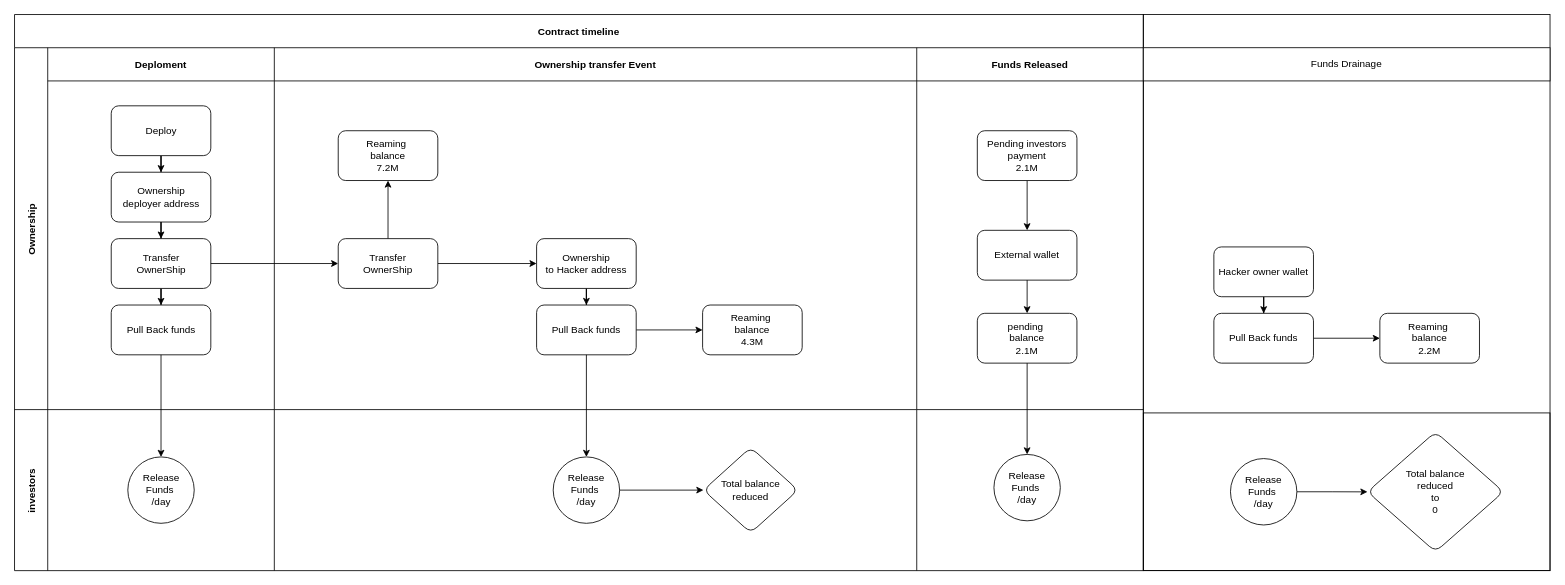
Earlier version of the draw.io diagram Untitled Diagram.drawio (ali-05-ahmed/99starz-testing). Source tidied: cells renumbered, new cells numbered last; positions are measured from the earlier drawing's top-left corner, leaving out a move shared by most shapes. Both pictures are drawn from the tidied source at 83%, with x=0, y=0 at pixel (14, 14).
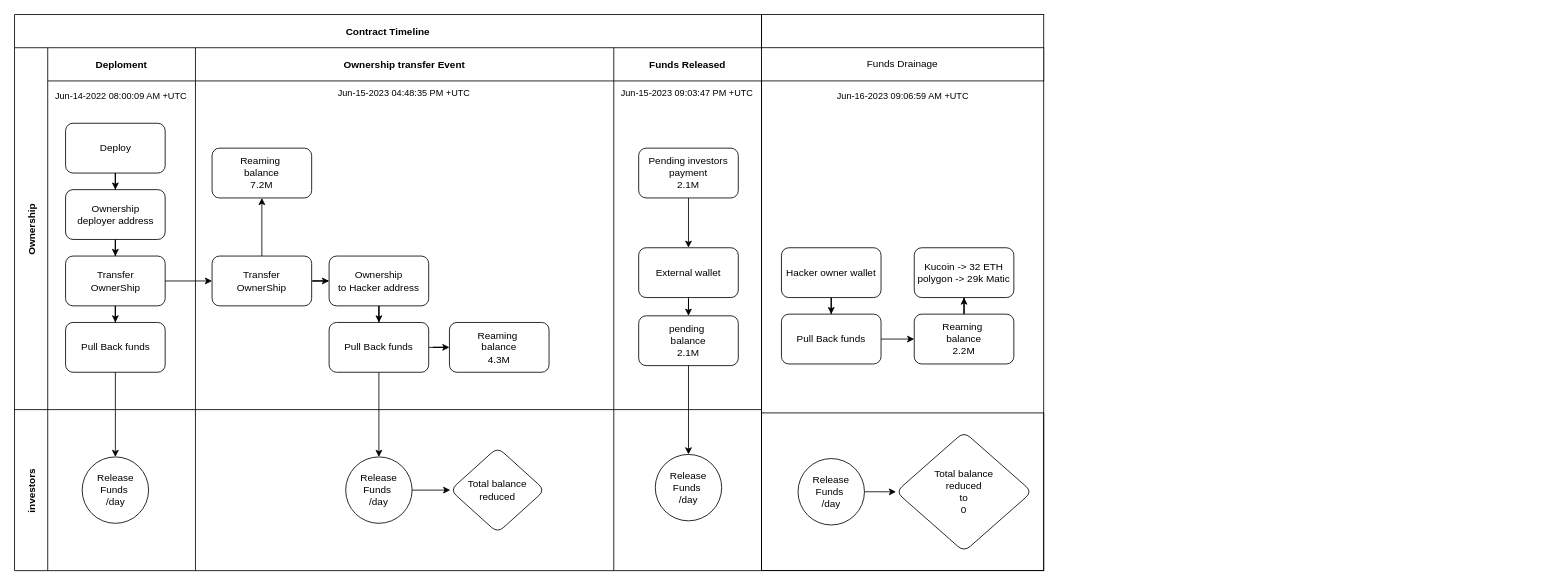
The same diagram, later.

What changed in the source:
```diff
@@
-    <mxCell id="2" value="Contract timeline" style="shape=table;childLayout=tableLayout;startSize=40;fillColor=none;fontStyle=1;" parent="1" vertex="1">
-      <mxGeometry width="1360" height="670" as="geometry" />
+    <mxCell id="2" value="Contract Timeline" style="shape=table;childLayout=tableLayout;startSize=40;fillColor=none;fontStyle=1;" parent="1" vertex="1">
+      <mxGeometry width="900" height="670" as="geometry" />
     </mxCell>
     <mxCell id="3" value="Ownership" style="shape=tableRow;horizontal=0;swimlaneHead=0;swimlaneBody=0;top=0;left=0;bottom=0;right=0;fillColor=none;startSize=40;fontStyle=1;" parent="2" vertex="1">
-      <mxGeometry y="40" width="1360" height="436" as="geometry" />
+      <mxGeometry y="40" width="900" height="436" as="geometry" />
     </mxCell>
     <mxCell id="4" value="Deploment" style="swimlane;swimlaneHead=0;swimlaneBody=0;fillColor=none;startSize=40;fontStyle=1;" parent="3" vertex="1">
-      <mxGeometry x="40" width="273" height="436" as="geometry" />
+      <mxGeometry x="40" width="178" height="436" as="geometry" />
     </mxCell>
@@
     <mxCell id="6" value="Deploy" style="rounded=1;whiteSpace=wrap;html=1;" parent="4" vertex="1">
-      <mxGeometry x="76.5" y="70" width="120" height="60" as="geometry" />
+      <mxGeometry x="21.5" y="91" width="120" height="60" as="geometry" />
     </mxCell>
@@
     <mxCell id="8" value="Ownership&lt;br&gt;deployer address" style="rounded=1;whiteSpace=wrap;html=1;" parent="4" vertex="1">
-      <mxGeometry x="76.5" y="150" width="120" height="60" as="geometry" />
+      <mxGeometry x="21.5" y="171" width="120" height="60" as="geometry" />
     </mxCell>
@@
     <mxCell id="10" value="Transfer&lt;br&gt;OwnerShip" style="rounded=1;whiteSpace=wrap;html=1;" parent="4" vertex="1">
-      <mxGeometry x="76.5" y="230" width="120" height="60" as="geometry" />
+      <mxGeometry x="21.5" y="251" width="120" height="60" as="geometry" />
     </mxCell>
     <mxCell id="11" value="Pull Back funds" style="rounded=1;whiteSpace=wrap;html=1;" parent="4" vertex="1">
-      <mxGeometry x="76.5" y="310" width="120" height="60" as="geometry" />
+      <mxGeometry x="21.5" y="331" width="120" height="60" as="geometry" />
     </mxCell>
     <mxCell id="12" value="Ownership transfer Event" style="swimlane;swimlaneHead=0;swimlaneBody=0;fillColor=none;startSize=40;fontStyle=1;" parent="3" vertex="1">
-      <mxGeometry x="313" width="774" height="436" as="geometry" />
+      <mxGeometry x="218" width="504" height="436" as="geometry" />
     </mxCell>
@@
     <mxCell id="15" value="Transfer&lt;br&gt;OwnerShip" style="rounded=1;whiteSpace=wrap;html=1;" parent="12" vertex="1">
-      <mxGeometry x="77" y="230" width="120" height="60" as="geometry" />
+      <mxGeometry x="20" y="251" width="120" height="60" as="geometry" />
     </mxCell>
@@
     <mxCell id="17" value="Ownership&lt;br&gt;to Hacker address" style="rounded=1;whiteSpace=wrap;html=1;" parent="12" vertex="1">
-      <mxGeometry x="316" y="230" width="120" height="60" as="geometry" />
+      <mxGeometry x="161" y="251" width="120" height="60" as="geometry" />
     </mxCell>
@@
     <mxCell id="19" value="Pull Back funds" style="rounded=1;whiteSpace=wrap;html=1;" parent="12" vertex="1">
-      <mxGeometry x="316" y="310" width="120" height="60" as="geometry" />
+      <mxGeometry x="161" y="331" width="120" height="60" as="geometry" />
     </mxCell>
     <mxCell id="20" value="Reaming&amp;nbsp;&lt;br&gt;balance&lt;br&gt;4.3M" style="rounded=1;whiteSpace=wrap;html=1;" parent="12" vertex="1">
-      <mxGeometry x="516" y="310" width="120" height="60" as="geometry" />
+      <mxGeometry x="306" y="331" width="120" height="60" as="geometry" />
     </mxCell>
     <mxCell id="21" value="Reaming&amp;nbsp;&lt;br&gt;balance&lt;br&gt;7.2M" style="rounded=1;whiteSpace=wrap;html=1;" parent="12" vertex="1">
-      <mxGeometry x="77" y="100" width="120" height="60" as="geometry" />
+      <mxGeometry x="20" y="121" width="120" height="60" as="geometry" />
     </mxCell>
+    <mxCell id="52" value="&lt;font style=&quot;font-size: 11px;&quot;&gt;Jun-15-2023 04:48:35 PM +UTC&lt;/font&gt;" style="text;html=1;align=center;verticalAlign=middle;strokeColor=none;fillColor=none;" parent="12" vertex="1">
+      <mxGeometry x="161" y="40" width="180" height="30" as="geometry" />
+    </mxCell>
     <mxCell id="22" value="Funds Released" style="swimlane;swimlaneHead=0;swimlaneBody=0;fillColor=none;startSize=40;fontStyle=1;" parent="3" vertex="1">
-      <mxGeometry x="1087" width="273" height="436" as="geometry" />
+      <mxGeometry x="722" width="178" height="436" as="geometry" />
     </mxCell>
@@
     <mxCell id="24" value="Pending investors payment&lt;br&gt;2.1M" style="rounded=1;whiteSpace=wrap;html=1;" parent="22" vertex="1">
-      <mxGeometry x="73" y="100" width="120" height="60" as="geometry" />
+      <mxGeometry x="30" y="121" width="120" height="60" as="geometry" />
     </mxCell>
     <mxCell id="25" value="External wallet" style="rounded=1;whiteSpace=wrap;html=1;" parent="22" vertex="1">
-      <mxGeometry x="73" y="220" width="120" height="60" as="geometry" />
+      <mxGeometry x="30" y="241" width="120" height="60" as="geometry" />
     </mxCell>
     <mxCell id="26" value="pending&amp;nbsp;&lt;br&gt;balance&lt;br&gt;2.1M" style="rounded=1;whiteSpace=wrap;html=1;" parent="22" vertex="1">
-      <mxGeometry x="73" y="320" width="120" height="60" as="geometry" />
+      <mxGeometry x="30" y="323" width="120" height="60" as="geometry" />
     </mxCell>
@@
+    <mxCell id="53" value="&lt;font style=&quot;font-size: 11px;&quot;&gt;Jun-15-2023 09:03:47 PM +UTC&lt;/font&gt;" style="text;html=1;align=center;verticalAlign=middle;strokeColor=none;fillColor=none;" parent="22" vertex="1">
+      <mxGeometry x="-2" y="40" width="180" height="30" as="geometry" />
+    </mxCell>
@@
     <mxCell id="29" value="investors" style="shape=tableRow;horizontal=0;swimlaneHead=0;swimlaneBody=0;top=0;left=0;bottom=0;right=0;fillColor=none;startSize=40;fontStyle=1;" parent="2" vertex="1">
-      <mxGeometry y="476" width="1360" height="194" as="geometry" />
+      <mxGeometry y="476" width="900" height="194" as="geometry" />
     </mxCell>
     <mxCell id="30" style="swimlane;swimlaneHead=0;swimlaneBody=0;fillColor=none;startSize=0;fontStyle=1;" parent="29" vertex="1">
-      <mxGeometry x="40" width="273" height="194" as="geometry" />
+      <mxGeometry x="40" width="178" height="194" as="geometry" />
     </mxCell>
     <mxCell id="31" value="Release&lt;br&gt;Funds&amp;nbsp;&lt;br&gt;/day" style="ellipse;whiteSpace=wrap;html=1;rounded=1;" parent="30" vertex="1">
-      <mxGeometry x="96.5" y="57" width="80" height="80" as="geometry" />
+      <mxGeometry x="41.5" y="57" width="80" height="80" as="geometry" />
     </mxCell>
     <mxCell id="32" style="swimlane;swimlaneHead=0;swimlaneBody=0;fillColor=none;startSize=0;fontStyle=1;" parent="29" vertex="1">
-      <mxGeometry x="313" width="774" height="194" as="geometry" />
+      <mxGeometry x="218" width="504" height="194" as="geometry" />
     </mxCell>
@@
     <mxCell id="34" value="Release&lt;br&gt;Funds&amp;nbsp;&lt;br&gt;/day" style="ellipse;whiteSpace=wrap;html=1;rounded=1;" parent="32" vertex="1">
-      <mxGeometry x="336" y="57" width="80" height="80" as="geometry" />
+      <mxGeometry x="181" y="57" width="80" height="80" as="geometry" />
     </mxCell>
     <mxCell id="35" value="Total balance&lt;br&gt;reduced&lt;br&gt;" style="rhombus;whiteSpace=wrap;html=1;rounded=1;" parent="32" vertex="1">
-      <mxGeometry x="517" y="45.5" width="114" height="103" as="geometry" />
+      <mxGeometry x="307" y="45.5" width="114" height="103" as="geometry" />
     </mxCell>
     <mxCell id="36" style="swimlane;swimlaneHead=0;swimlaneBody=0;fillColor=none;startSize=0;fontStyle=1;" parent="29" vertex="1">
-      <mxGeometry x="1087" width="273" height="194" as="geometry" />
+      <mxGeometry x="722" width="178" height="194" as="geometry" />
     </mxCell>
     <mxCell id="37" value="Release&lt;br&gt;Funds&amp;nbsp;&lt;br&gt;/day" style="ellipse;whiteSpace=wrap;html=1;rounded=1;" parent="36" vertex="1">
-      <mxGeometry x="93" y="54" width="80" height="80" as="geometry" />
+      <mxGeometry x="50" y="54" width="80" height="80" as="geometry" />
     </mxCell>
@@
     <mxCell id="41" style="rounded=0;whiteSpace=wrap;html=1;fillColor=none;" parent="1" vertex="1">
-      <mxGeometry x="1360" width="490" height="670" as="geometry" />
+      <mxGeometry x="900" width="340" height="670" as="geometry" />
     </mxCell>
     <mxCell id="42" style="rounded=0;whiteSpace=wrap;html=1;fillColor=none;" parent="1" vertex="1">
-      <mxGeometry x="1360" y="480" width="490" height="190" as="geometry" />
+      <mxGeometry x="900" y="480" width="340" height="190" as="geometry" />
     </mxCell>
     <mxCell id="43" value="Funds Drainage" style="rounded=0;whiteSpace=wrap;html=1;" parent="1" vertex="1">
-      <mxGeometry x="1360" y="40" width="490" height="40" as="geometry" />
+      <mxGeometry x="900" y="40" width="340" height="40" as="geometry" />
     </mxCell>
@@
     <mxCell id="45" value="Hacker owner wallet" style="rounded=1;whiteSpace=wrap;html=1;" parent="1" vertex="1">
-      <mxGeometry x="1445" y="280" width="120" height="60" as="geometry" />
+      <mxGeometry x="924" y="281" width="120" height="60" as="geometry" />
     </mxCell>
@@
     <mxCell id="47" value="Pull Back funds" style="rounded=1;whiteSpace=wrap;html=1;" parent="1" vertex="1">
-      <mxGeometry x="1445" y="360" width="120" height="60" as="geometry" />
+      <mxGeometry x="924" y="361" width="120" height="60" as="geometry" />
     </mxCell>
+    <mxCell id="54" style="edgeStyle=orthogonalEdgeStyle;rounded=0;jettySize=auto;html=1;" parent="1" edge="1" source="48" target="55">
+      <mxGeometry relative="1" as="geometry" />
+    </mxCell>
     <mxCell id="48" value="Reaming&amp;nbsp;&lt;br&gt;balance&lt;br&gt;2.2M" style="rounded=1;whiteSpace=wrap;html=1;" parent="1" vertex="1">
-      <mxGeometry x="1645" y="360" width="120" height="60" as="geometry" />
+      <mxGeometry x="1084" y="361" width="120" height="60" as="geometry" />
     </mxCell>
@@
     <mxCell id="50" value="Release&lt;br&gt;Funds&amp;nbsp;&lt;br&gt;/day" style="ellipse;whiteSpace=wrap;html=1;rounded=1;" parent="1" vertex="1">
-      <mxGeometry x="1465" y="535" width="80" height="80" as="geometry" />
+      <mxGeometry x="944" y="535" width="80" height="80" as="geometry" />
     </mxCell>
     <mxCell id="51" value="Total balance&lt;br&gt;reduced&lt;br&gt;to&lt;br&gt;0" style="rhombus;whiteSpace=wrap;html=1;rounded=1;" parent="1" vertex="1">
-      <mxGeometry x="1630" y="502.8" width="164" height="144.5" as="geometry" />
+      <mxGeometry x="1062" y="502.8" width="164" height="144.5" as="geometry" />
     </mxCell>
+    <mxCell id="55" value="Kucoin -&amp;gt; 32 ETH&lt;br&gt;polygon -&amp;gt; 29k Matic" style="rounded=1;whiteSpace=wrap;html=1;" parent="1" vertex="1">
+      <mxGeometry x="1084" y="281" width="120" height="60" as="geometry" />
+    </mxCell>
+    <mxCell id="56" value="&lt;font style=&quot;font-size: 11px;&quot;&gt;Jun-14-2022 08:00:09 AM +UTC&lt;/font&gt;" style="text;html=1;align=center;verticalAlign=middle;strokeColor=none;fillColor=none;" parent="1" vertex="1">
+      <mxGeometry x="38" y="83" width="180" height="30" as="geometry" />
+    </mxCell>
+    <mxCell id="57" value="&lt;font style=&quot;font-size: 11px;&quot;&gt;Jun-16-2023 09:06:59 AM +UTC&lt;/font&gt;" style="text;html=1;align=center;verticalAlign=middle;strokeColor=none;fillColor=none;" parent="1" vertex="1">
+      <mxGeometry x="980" y="83" width="180" height="30" as="geometry" />
+    </mxCell>
```
